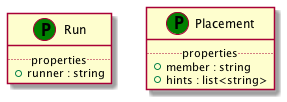
Earlier version of the PlantUML export examples/Khutulun/diagrams/uml2/policies-uml2-class-diagram.png (Orange-OpenSource/Cloudnet-TOSCA-toolbox).
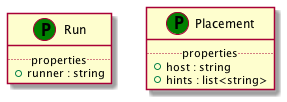
After the change.

The edit, as a diff of the source:
```diff
@@ -6,7 +6,7 @@
 }
 class "Placement" as Placement_PT << (P,green) >> {
 .. properties ..
-+member : string
++host : string
 +hints : list<string>
 }
 @enduml
```
